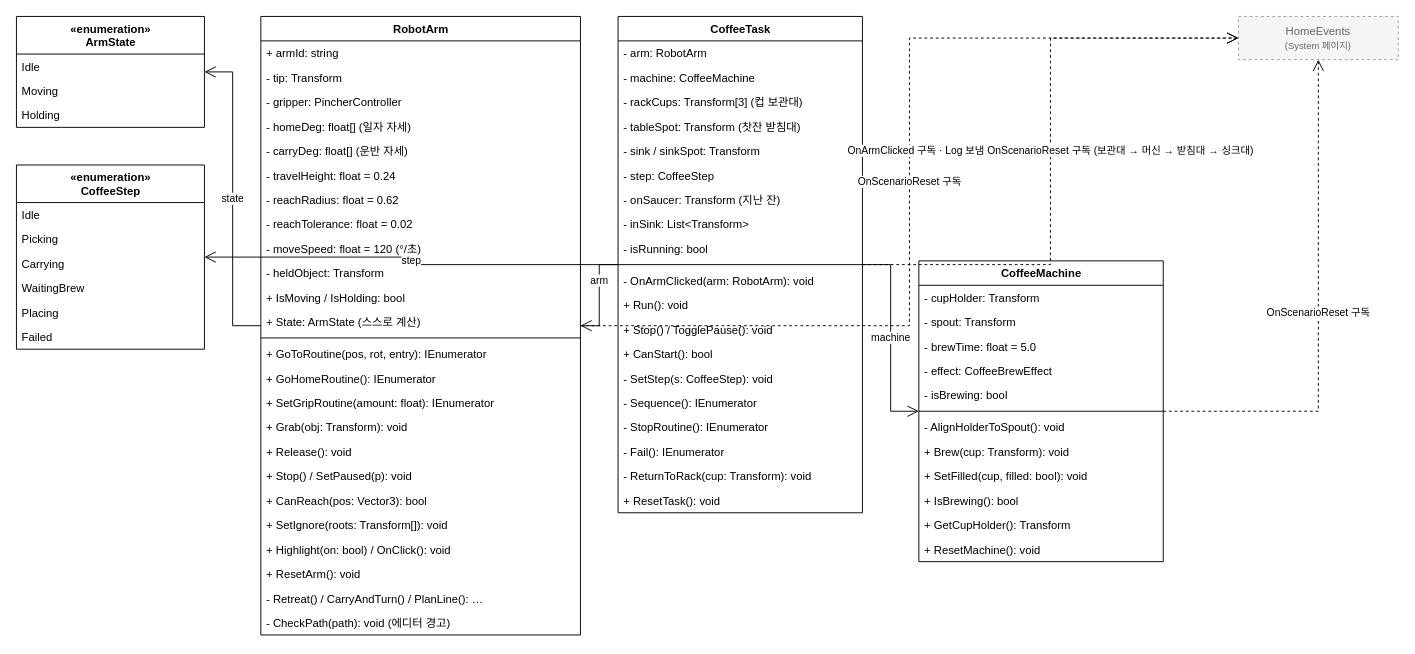
This is page "Robot_Arm" (4 of 7) of docs/COM_core_Devices.drawio from JJUNI-01-KOR/com-modelhouse, a draw.io file, before an edit. Source tidied: cells renumbered, new cells numbered last; positions are measured from the earlier drawing's top-left corner, leaving out a move shared by most shapes. Both pictures are drawn from the tidied source at 94%, with x=0, y=0 at pixel (16, 16).
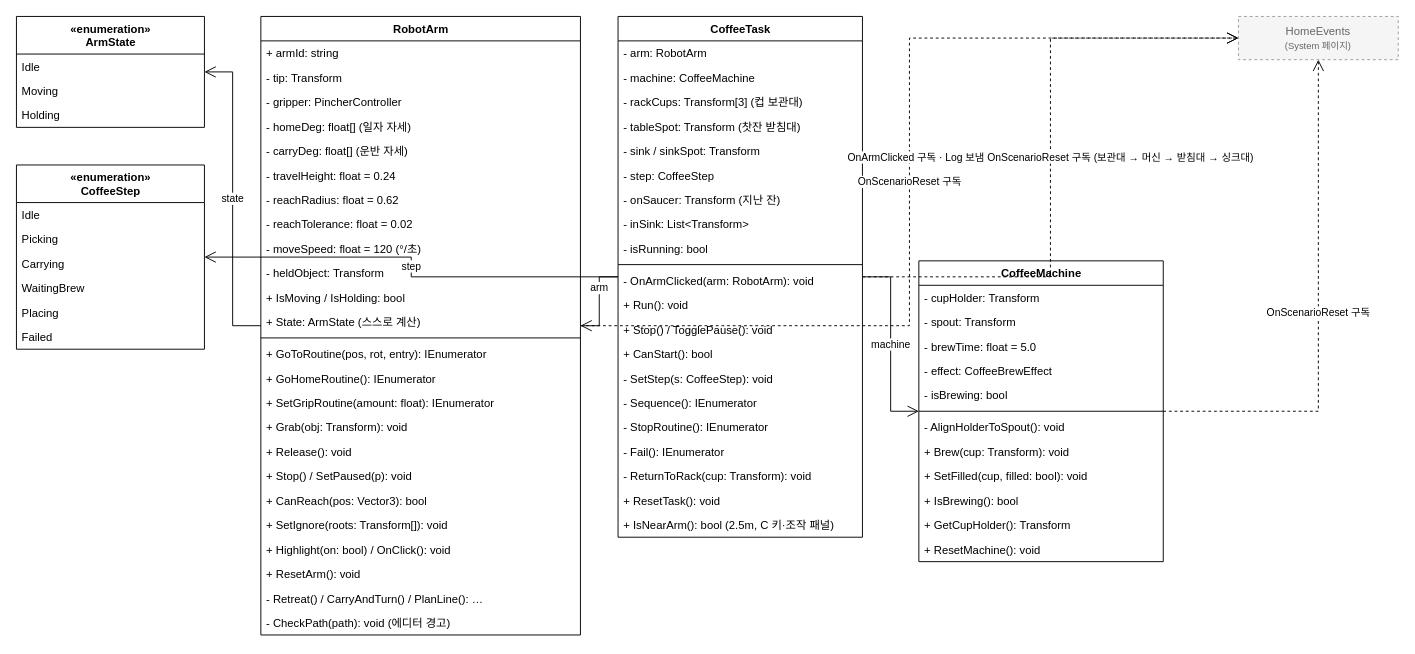
The same diagram, later.

Change to the diagram source:
```diff
@@
     <mxCell id="39" value="CoffeeTask" style="swimlane;fontStyle=1;align=center;verticalAlign=top;horizontal=1;startSize=26;rounded=0;shadow=0;strokeWidth=1;html=1;" parent="1" vertex="1">
-      <mxGeometry x="640" width="260" height="528" as="geometry" />
+      <mxGeometry x="640" width="260" height="554" as="geometry" />
     </mxCell>
@@
+    <mxCell id="81" value="+ IsNearArm(): bool  (2.5m, C 키·조작 패널)" style="text;align=left;verticalAlign=top;spacingLeft=4;spacingRight=4;overflow=hidden;html=0;" parent="39" vertex="1">
+      <mxGeometry y="528" width="260" height="26" as="geometry" />
+    </mxCell>
```
